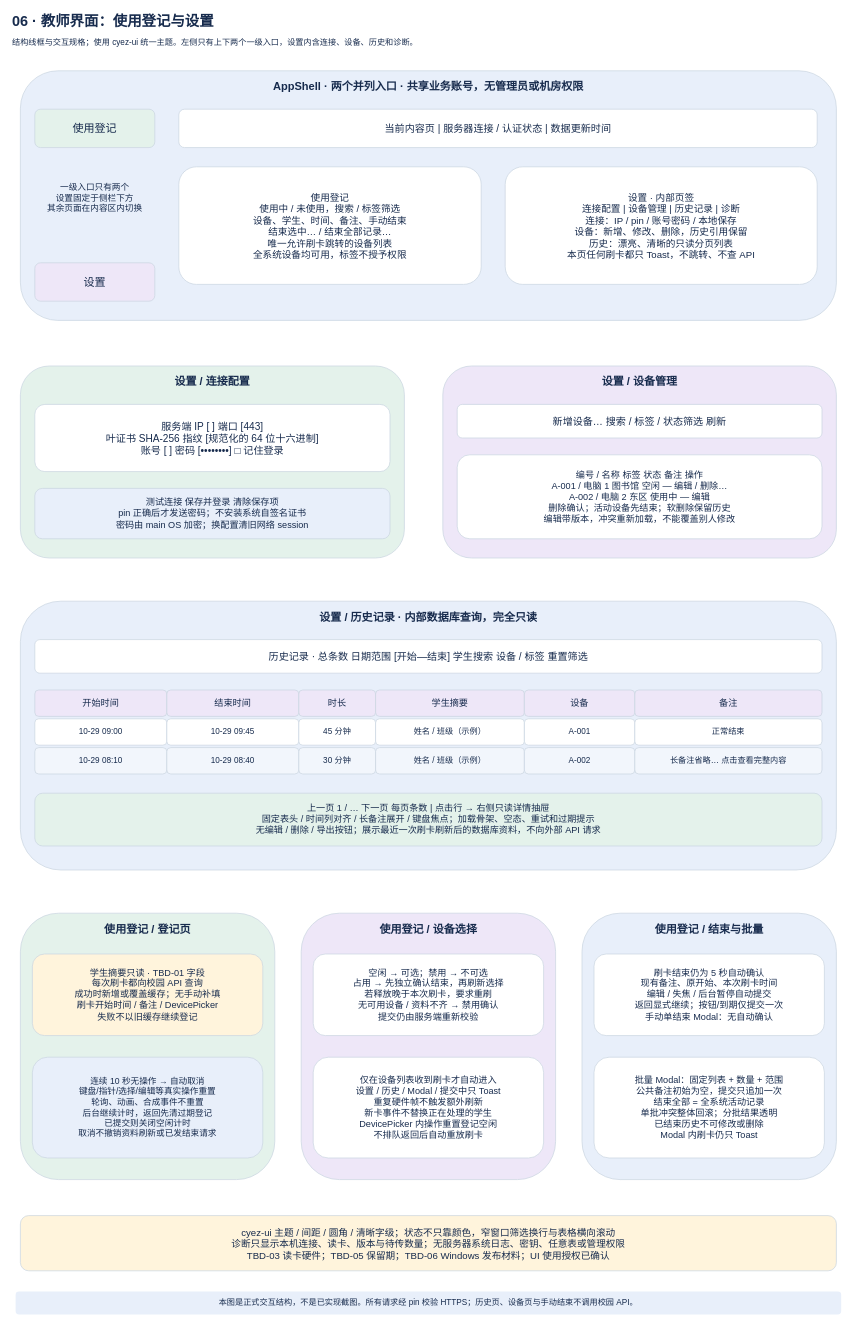
lmyzzzz/cyez-library-management keeps this draw.io diagram as page "06 · 教师界面：使用登记与设置" (6 of 8) of record-only/docs/architecture.drawio. Above is the earlier version. Source tidied: cells renumbered, new cells numbered last; positions are measured from the earlier drawing's top-left corner, leaving out a move shared by most shapes. Both pictures are drawn from the tidied source at 48%, with x=0, y=0 at pixel (8, 8).
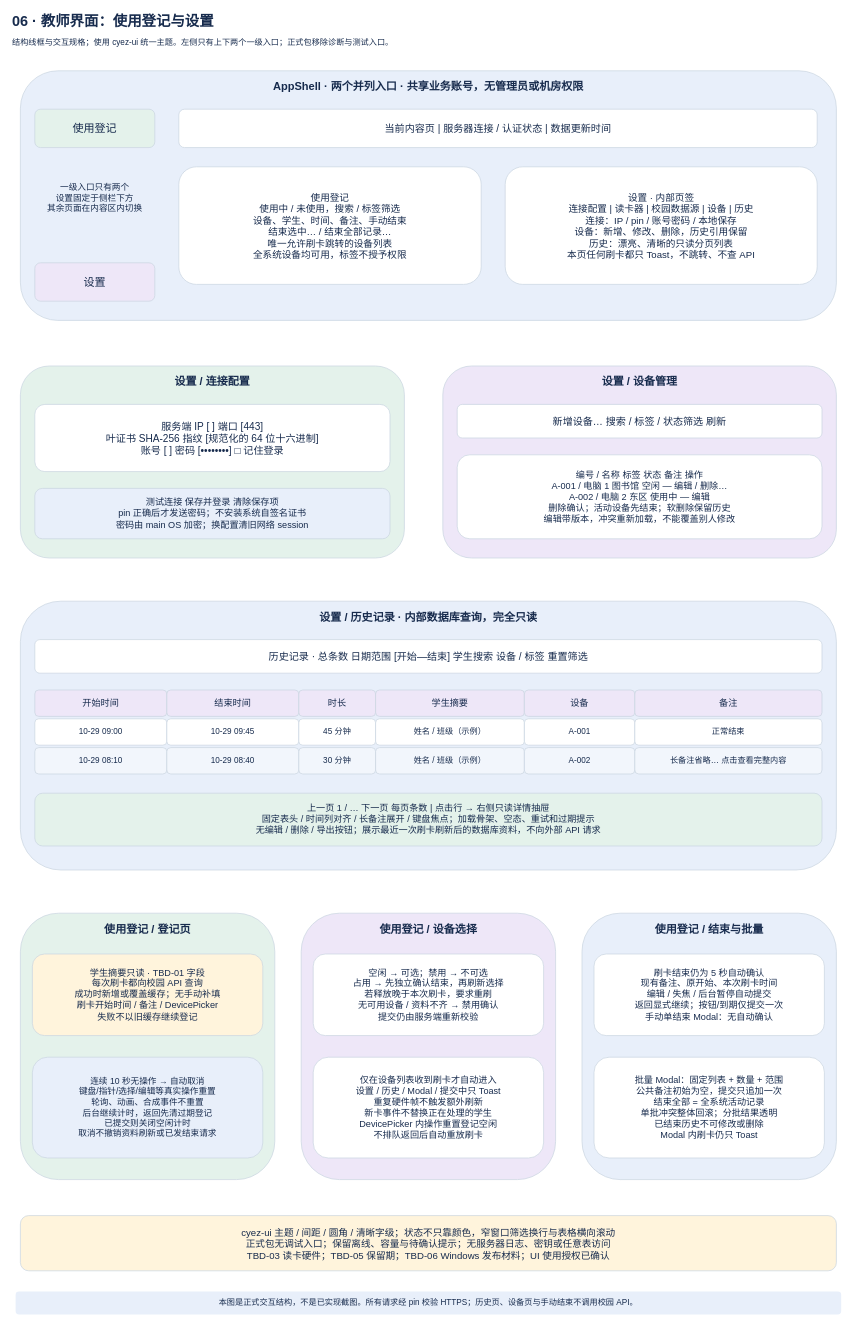
The same page after the edit.

The edit, as a diff of the source:
```diff
@@
-    <mxCell id="10" value="结构线框与交互规格；使用 cyez-ui 统一主题。左侧只有上下两个一级入口，设置内含连接、设备、历史和诊断。" style="rounded=1;whiteSpace=wrap;html=0;fillColor=none;strokeColor=none;strokeWidth=1.5;fontColor=#172b4d;fontFamily=Microsoft YaHei;fontSize=17;fontStyle=0;align=left;verticalAlign=middle;spacing=8;" parent="1" vertex="1">
+    <mxCell id="10" value="结构线框与交互规格；使用 cyez-ui 统一主题。左侧只有上下两个一级入口；正式包移除诊断与测试入口。" style="rounded=1;whiteSpace=wrap;html=0;fillColor=none;strokeColor=none;strokeWidth=1.5;fontColor=#172b4d;fontFamily=Microsoft YaHei;fontSize=17;fontStyle=0;align=left;verticalAlign=middle;spacing=8;" parent="1" vertex="1">
       <mxGeometry y="53" width="1750" height="36" as="geometry" />
     </mxCell>
@@
-    <mxCell id="17" value="设置 · 内部页签&#10;连接配置   |   设备管理   |   历史记录   |   诊断&#10;连接：IP / pin / 账号密码 / 本地保存&#10;设备：新增、修改、删除，历史引用保留&#10;历史：漂亮、清晰的只读分页列表&#10;本页任何刷卡都只 Toast，不跳转、不查 API" style="rounded=1;whiteSpace=wrap;html=0;fillColor=#ffffff;strokeColor=#cbd5e1;strokeWidth=1.5;fontColor=#172b4d;fontFamily=Microsoft YaHei;fontSize=20;fontStyle=0;align=center;verticalAlign=middle;spacing=8;" parent="1" vertex="1">
+    <mxCell id="17" value="设置 · 内部页签&#10;连接配置 | 读卡器 | 校园数据源 | 设备 | 历史&#10;连接：IP / pin / 账号密码 / 本地保存&#10;设备：新增、修改、删除，历史引用保留&#10;历史：漂亮、清晰的只读分页列表&#10;本页任何刷卡都只 Toast，不跳转、不查 API" style="rounded=1;whiteSpace=wrap;html=0;fillColor=#ffffff;strokeColor=#cbd5e1;strokeWidth=1.5;fontColor=#172b4d;fontFamily=Microsoft YaHei;fontSize=20;fontStyle=0;align=center;verticalAlign=middle;spacing=8;" parent="1" vertex="1">
       <mxGeometry x="1035" y="330" width="650" height="245" as="geometry" />
     </mxCell>
@@
-    <mxCell id="54" value="cyez-ui 主题 / 间距 / 圆角 / 清晰字级；状态不只靠颜色，窄窗口筛选换行与表格横向滚动&#10;诊断只显示本机连接、读卡、版本与待传数量；无服务器系统日志、密钥、任意表或管理权限&#10;TBD-03 读卡硬件；TBD-05 保留期；TBD-06 Windows 发布材料；UI 使用授权已确认" style="rounded=1;whiteSpace=wrap;html=0;fillColor=#fff4dc;strokeColor=#cbd5e1;strokeWidth=1.5;fontColor=#172b4d;fontFamily=Microsoft YaHei;fontSize=20;fontStyle=0;align=center;verticalAlign=middle;spacing=8;" parent="1" vertex="1">
+    <mxCell id="54" value="cyez-ui 主题 / 间距 / 圆角 / 清晰字级；状态不只靠颜色，窄窗口筛选换行与表格横向滚动&#10;正式包无调试入口；保留离线、容量与待确认提示；无服务器日志、密钥或任意表访问&#10;TBD-03 读卡硬件；TBD-05 保留期；TBD-06 Windows 发布材料；UI 使用授权已确认" style="rounded=1;whiteSpace=wrap;html=0;fillColor=#fff4dc;strokeColor=#cbd5e1;strokeWidth=1.5;fontColor=#172b4d;fontFamily=Microsoft YaHei;fontSize=20;fontStyle=0;align=center;verticalAlign=middle;spacing=8;" parent="1" vertex="1">
       <mxGeometry x="25" y="2515" width="1700" height="115" as="geometry" />
     </mxCell>
```
